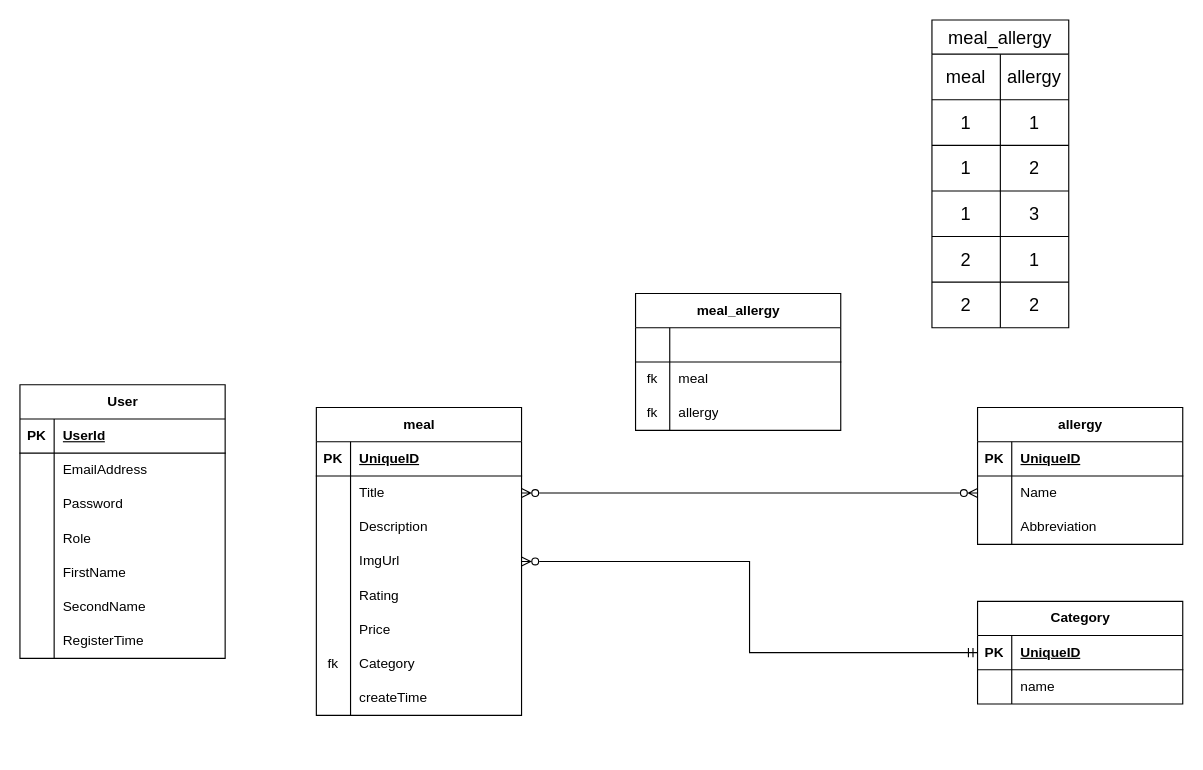
This is ramenHouse/ERDiagram.drawio from TecJoJo/RamenHouse, a draw.io file, before an edit. Source tidied: cells renumbered, new cells numbered last; positions are measured from the earlier drawing's top-left corner, leaving out a move shared by most shapes. Both pictures are drawn from the tidied source at 114%, with x=0, y=0 at pixel (19, 19).
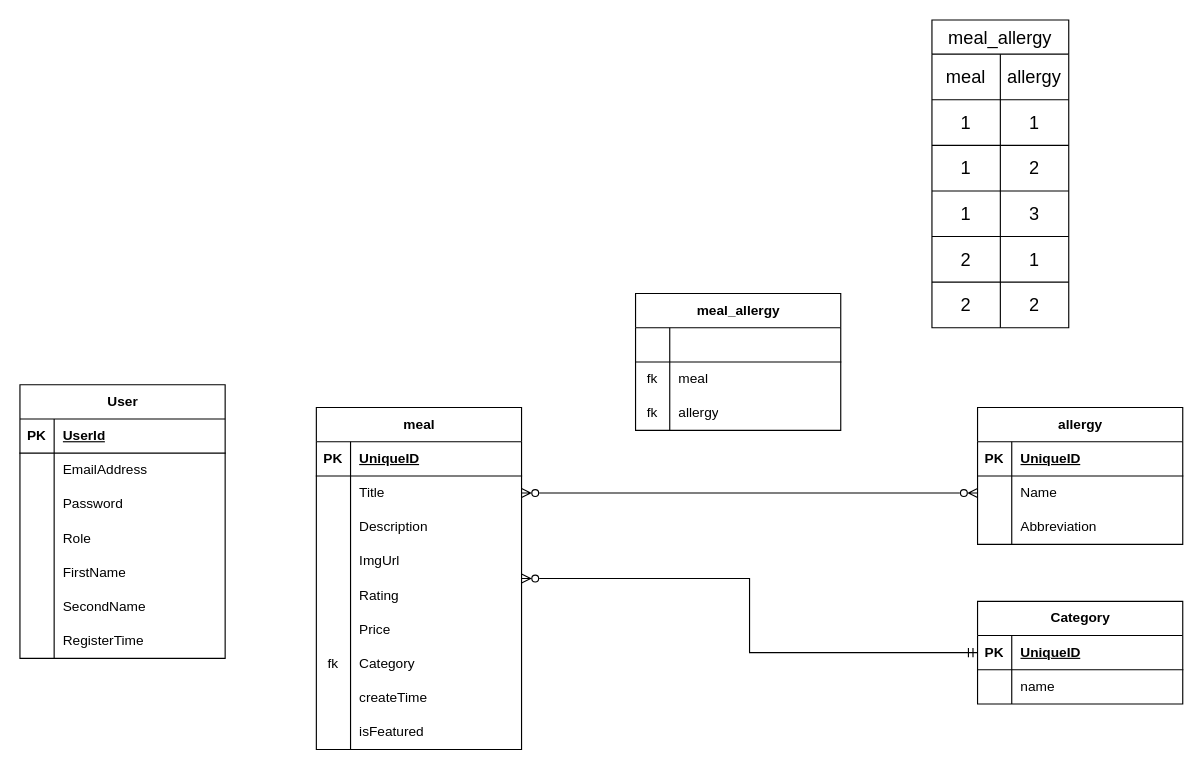
Above is the later version.

What changed in the source:
```diff
@@
     <mxCell id="25" value="meal" style="shape=table;startSize=30;childLayout=tableLayout;rowLines=0;fontStyle=1;align=center;html=1;" parent="1" vertex="1">
-      <mxGeometry x="260" y="340" width="180" height="270" as="geometry" />
+      <mxGeometry x="260" y="340" width="180" height="300" as="geometry" />
     </mxCell>
@@
+    <mxCell id="97" style="shape=tableRow;horizontal=0;startSize=0;swimlaneHead=0;swimlaneBody=0;fillColor=none;top=0;left=0;right=0;bottom=0;" parent="25" vertex="1">
+      <mxGeometry y="270" width="180" height="30" as="geometry" />
+    </mxCell>
+    <mxCell id="98" style="shape=partialRectangle;fillColor=none;top=0;left=0;bottom=0;right=0;overflow=hidden;whiteSpace=wrap;html=1;" parent="97" vertex="1">
+      <mxGeometry width="30" height="30" as="geometry" />
+    </mxCell>
+    <mxCell id="99" value="isFeatured" style="shape=partialRectangle;fillColor=none;top=0;left=0;bottom=0;right=0;align=left;spacingLeft=6;overflow=hidden;whiteSpace=wrap;html=1;" parent="97" vertex="1">
+      <mxGeometry x="30" width="150" height="30" as="geometry" />
+    </mxCell>
```
